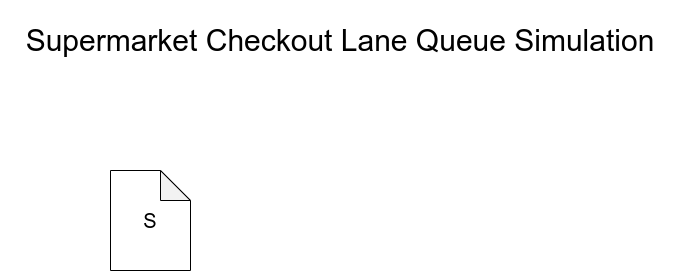
The draw.io diagram Checout-Queue-Workflow.drawio.png in Aayush181509/Checkout-Simulation, before a commit. Source tidied: cells renumbered, new cells last; positions are measured from the earlier drawing's top-left corner, leaving out a move shared by most shapes. The source it was exported from:
```xml
<mxGraphModel>
  <root>
    <mxCell id="0" />
    <mxCell id="1" parent="0" />
    <mxCell id="2" value="&lt;span style=&quot;font-size: 30px;&quot;&gt;Supermarket Checkout Lane Queue Simulation&lt;/span&gt;" style="text;html=1;strokeColor=none;fillColor=none;align=center;verticalAlign=middle;whiteSpace=wrap;rounded=0;" parent="1" vertex="1">
      <mxGeometry width="680" height="80" as="geometry" />
    </mxCell>
    <mxCell id="3" value="&lt;span style=&quot;font-size: 20px;&quot;&gt;S&lt;/span&gt;" style="shape=note;whiteSpace=wrap;html=1;backgroundOutline=1;darkOpacity=0.05;" parent="1" vertex="1">
      <mxGeometry x="110" y="170" width="80" height="100" as="geometry" />
    </mxCell>
  </root>
</mxGraphModel>
```
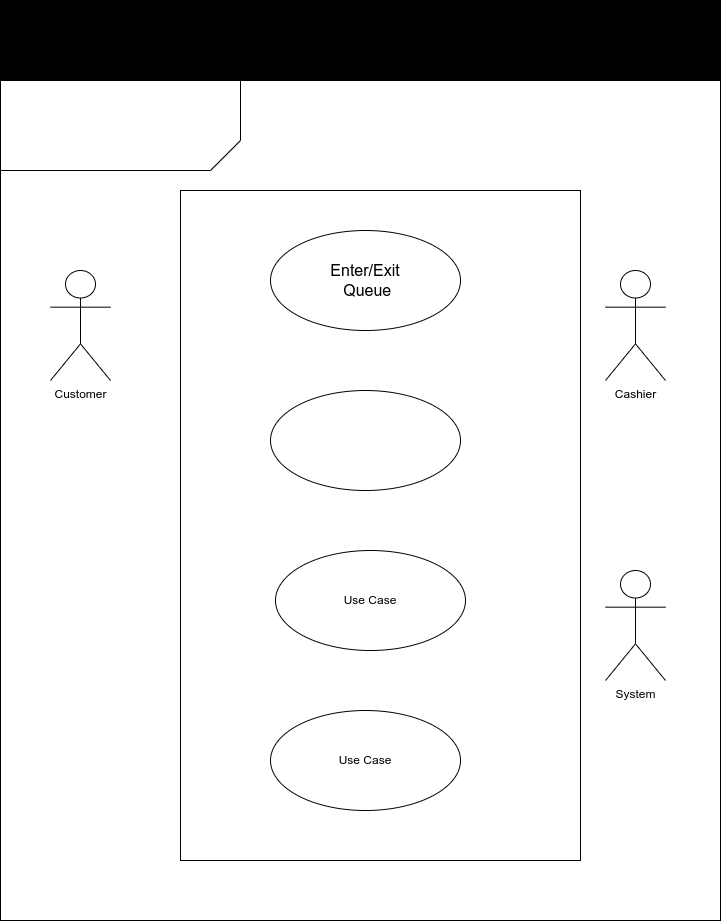
Later version of the same file.

Diff of the diagram source:
```diff
@@ -1,12 +1,39 @@
-<mxGraphModel>
+<mxGraphModel background="#000000">
   <root>
     <mxCell id="0" />
     <mxCell id="1" parent="0" />
     <mxCell id="2" value="&lt;span style=&quot;font-size: 30px;&quot;&gt;Supermarket Checkout Lane Queue Simulation&lt;/span&gt;" style="text;html=1;strokeColor=none;fillColor=none;align=center;verticalAlign=middle;whiteSpace=wrap;rounded=0;" parent="1" vertex="1">
       <mxGeometry width="680" height="80" as="geometry" />
     </mxCell>
-    <mxCell id="3" value="&lt;span style=&quot;font-size: 20px;&quot;&gt;S&lt;/span&gt;" style="shape=note;whiteSpace=wrap;html=1;backgroundOutline=1;darkOpacity=0.05;" parent="1" vertex="1">
-      <mxGeometry x="110" y="170" width="80" height="100" as="geometry" />
-    </mxCell>
+    <mxCell id="4" style="rounded=0;whiteSpace=wrap;html=1;" parent="1" vertex="1">
+      <mxGeometry x="-40" y="80" width="720" height="840" as="geometry" />
+    </mxCell>
+    <mxCell id="5" style="shape=card;whiteSpace=wrap;html=1;rotation=-180;" parent="1" vertex="1">
+      <mxGeometry x="-40" y="80" width="240" height="90" as="geometry" />
+    </mxCell>
+    <mxCell id="6" value="Customer" style="shape=umlActor;verticalLabelPosition=bottom;verticalAlign=top;html=1;" parent="1" vertex="1">
+      <mxGeometry x="10" y="270" width="60" height="110" as="geometry" />
+    </mxCell>
+    <mxCell id="7" style="rounded=0;whiteSpace=wrap;html=1;" parent="1" vertex="1">
+      <mxGeometry x="140" y="190" width="400" height="670" as="geometry" />
+    </mxCell>
+    <mxCell id="8" value="&lt;font style=&quot;font-size: 16px;&quot;&gt;Enter/Exit&lt;br&gt;&amp;nbsp;Queue&lt;/font&gt;" style="ellipse;whiteSpace=wrap;html=1;" parent="1" vertex="1">
+      <mxGeometry x="230" y="230" width="190" height="100" as="geometry" />
+    </mxCell>
+    <mxCell id="9" style="ellipse;whiteSpace=wrap;html=1;" parent="1" vertex="1">
+      <mxGeometry x="230" y="390" width="190" height="100" as="geometry" />
+    </mxCell>
+    <mxCell id="10" value="Use Case" style="ellipse;whiteSpace=wrap;html=1;" parent="1" vertex="1">
+      <mxGeometry x="235" y="550" width="190" height="100" as="geometry" />
+    </mxCell>
+    <mxCell id="11" value="Use Case" style="ellipse;whiteSpace=wrap;html=1;" parent="1" vertex="1">
+      <mxGeometry x="230" y="710" width="190" height="100" as="geometry" />
+    </mxCell>
+    <mxCell id="12" value="Cashier" style="shape=umlActor;verticalLabelPosition=bottom;verticalAlign=top;html=1;" parent="1" vertex="1">
+      <mxGeometry x="565" y="270" width="60" height="110" as="geometry" />
+    </mxCell>
+    <mxCell id="13" value="System" style="shape=umlActor;verticalLabelPosition=bottom;verticalAlign=top;html=1;" parent="1" vertex="1">
+      <mxGeometry x="565" y="570" width="60" height="110" as="geometry" />
+    </mxCell>
   </root>
 </mxGraphModel>
```
